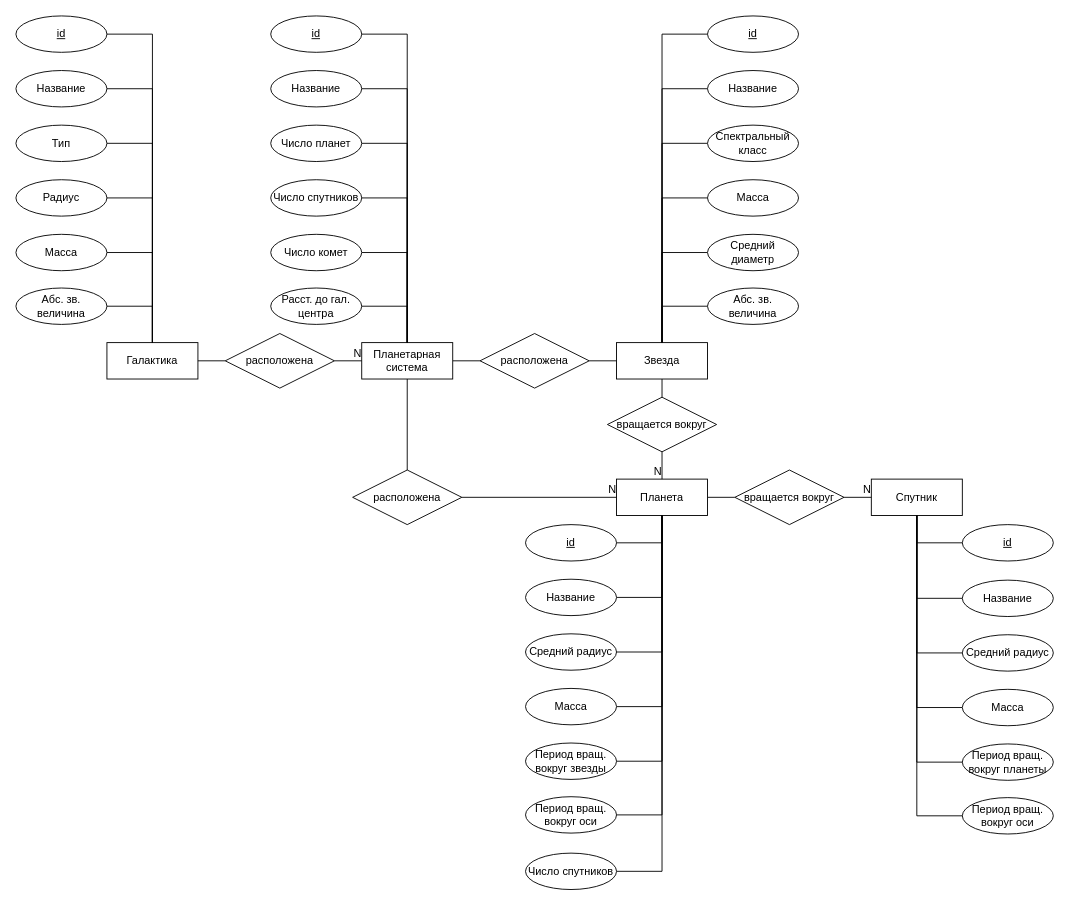
This is lab_01/data/diagram.drawio from agarmirus/bmstu_db_2022, a draw.io file, before an edit. Source tidied: cells renumbered, new cells numbered last; positions are measured from the earlier drawing's top-left corner, leaving out a move shared by most shapes. Both pictures are drawn from the tidied source at 91%, with x=0, y=0 at pixel (15, 15).
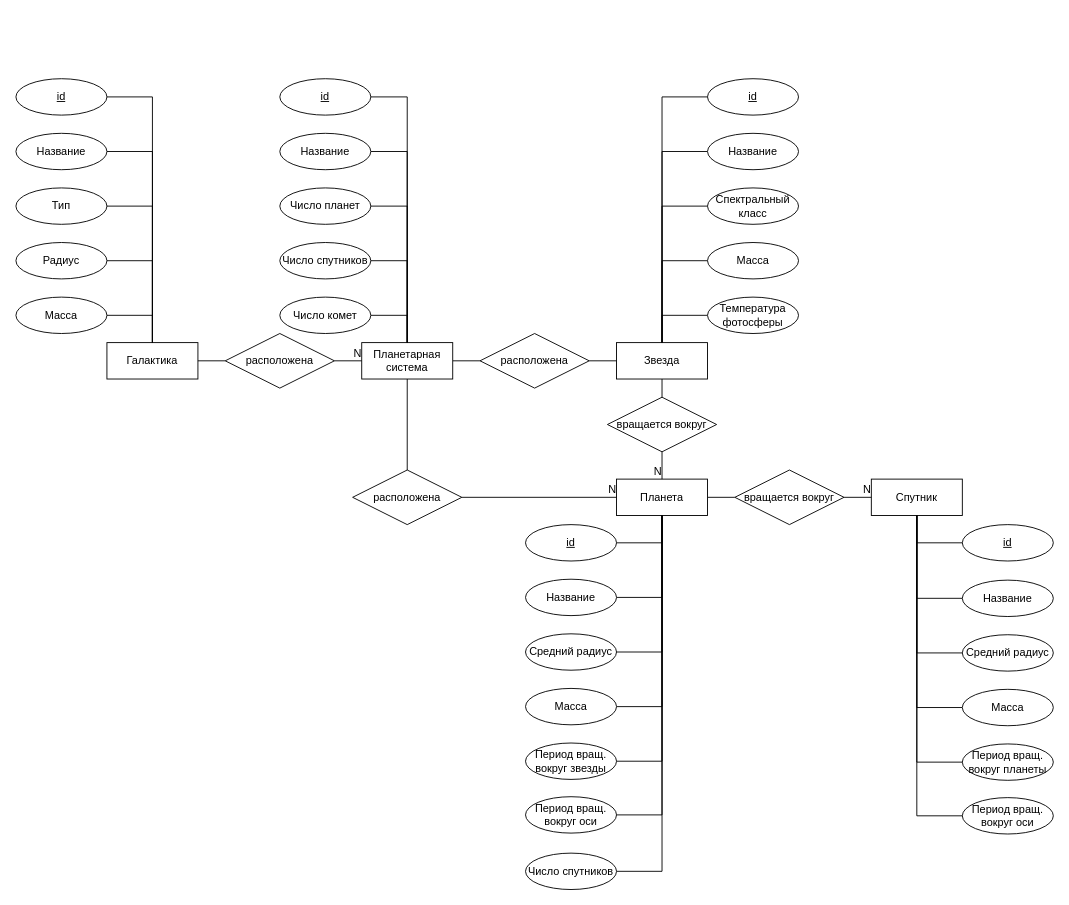
The same page after the edit.

Unchanged cells that the change refers to:
```xml
<mxCell id="3" value="Галактика" style="whiteSpace=wrap;html=1;align=center;" parent="1" vertex="1">
  <mxGeometry x="100" y="359" width="100" height="40" as="geometry" />
</mxCell>
<mxCell id="6" value="Планетарная система" style="whiteSpace=wrap;html=1;align=center;" parent="1" vertex="1">
  <mxGeometry x="380" y="359" width="100" height="40" as="geometry" />
</mxCell>
<mxCell id="8" value="Звезда" style="whiteSpace=wrap;html=1;align=center;" parent="1" vertex="1">
  <mxGeometry x="660" y="359" width="100" height="40" as="geometry" />
</mxCell>
```

The edit, as a diff of the source:
```diff
@@
-    <mxCell id="2" style="edgeStyle=orthogonalEdgeStyle;rounded=0;jettySize=auto;html=1;exitX=0.5;exitY=0;exitDx=0;exitDy=0;entryX=1;entryY=0.5;entryDx=0;entryDy=0;endArrow=none;endFill=0;" parent="1" edge="1" source="3" target="32">
-      <mxGeometry relative="1" as="geometry" />
-    </mxCell>
@@
     <mxCell id="25" value="id" style="ellipse;whiteSpace=wrap;html=1;align=center;fontStyle=4;" parent="1" vertex="1">
-      <mxGeometry width="100" height="40" as="geometry" />
+      <mxGeometry y="69" width="100" height="40" as="geometry" />
     </mxCell>
@@
     <mxCell id="27" value="Тип" style="ellipse;whiteSpace=wrap;html=1;align=center;" parent="1" vertex="1">
-      <mxGeometry y="120" width="100" height="40" as="geometry" />
+      <mxGeometry y="189" width="100" height="40" as="geometry" />
     </mxCell>
@@
     <mxCell id="29" value="Масса" style="ellipse;whiteSpace=wrap;html=1;align=center;" parent="1" vertex="1">
-      <mxGeometry y="240" width="100" height="40" as="geometry" />
+      <mxGeometry y="309" width="100" height="40" as="geometry" />
     </mxCell>
@@
     <mxCell id="31" value="Радиус" style="ellipse;whiteSpace=wrap;html=1;align=center;" parent="1" vertex="1">
-      <mxGeometry y="180" width="100" height="40" as="geometry" />
+      <mxGeometry y="249" width="100" height="40" as="geometry" />
     </mxCell>
-    <mxCell id="32" value="Абс. зв. величина" style="ellipse;whiteSpace=wrap;html=1;align=center;" parent="1" vertex="1">
-      <mxGeometry y="299" width="100" height="40" as="geometry" />
-    </mxCell>
@@
     <mxCell id="34" value="id" style="ellipse;whiteSpace=wrap;html=1;align=center;fontStyle=4;" parent="1" vertex="1">
-      <mxGeometry x="280" width="100" height="40" as="geometry" />
+      <mxGeometry x="290" y="69" width="100" height="40" as="geometry" />
     </mxCell>
@@
     <mxCell id="36" value="Число планет" style="ellipse;whiteSpace=wrap;html=1;align=center;" parent="1" vertex="1">
-      <mxGeometry x="280" y="120" width="100" height="40" as="geometry" />
+      <mxGeometry x="290" y="189" width="100" height="40" as="geometry" />
     </mxCell>
@@
     <mxCell id="38" value="Число комет" style="ellipse;whiteSpace=wrap;html=1;align=center;" parent="1" vertex="1">
-      <mxGeometry x="280" y="240" width="100" height="40" as="geometry" />
+      <mxGeometry x="290" y="309" width="100" height="40" as="geometry" />
     </mxCell>
@@
     <mxCell id="40" value="Число спутников" style="ellipse;whiteSpace=wrap;html=1;align=center;" parent="1" vertex="1">
-      <mxGeometry x="280" y="180" width="100" height="40" as="geometry" />
+      <mxGeometry x="290" y="249" width="100" height="40" as="geometry" />
     </mxCell>
-    <mxCell id="41" style="edgeStyle=orthogonalEdgeStyle;rounded=0;jettySize=auto;html=1;exitX=1;exitY=0.5;exitDx=0;exitDy=0;entryX=0.5;entryY=0;entryDx=0;entryDy=0;endArrow=none;endFill=0;" parent="1" edge="1" source="42" target="6">
-      <mxGeometry relative="1" as="geometry" />
-    </mxCell>
-    <mxCell id="42" value="Расст. до гал. центра" style="ellipse;whiteSpace=wrap;html=1;align=center;" parent="1" vertex="1">
-      <mxGeometry x="280" y="299" width="100" height="40" as="geometry" />
-    </mxCell>
@@
     <mxCell id="47" value="id" style="ellipse;whiteSpace=wrap;html=1;align=center;fontStyle=4;" parent="1" vertex="1">
-      <mxGeometry x="760" width="100" height="40" as="geometry" />
+      <mxGeometry x="760" y="69" width="100" height="40" as="geometry" />
     </mxCell>
@@
     <mxCell id="49" value="Спектральный класс" style="ellipse;whiteSpace=wrap;html=1;align=center;" parent="1" vertex="1">
-      <mxGeometry x="760" y="120" width="100" height="40" as="geometry" />
+      <mxGeometry x="760" y="189" width="100" height="40" as="geometry" />
     </mxCell>
@@
     <mxCell id="51" value="Масса" style="ellipse;whiteSpace=wrap;html=1;align=center;" parent="1" vertex="1">
-      <mxGeometry x="760" y="180" width="100" height="40" as="geometry" />
+      <mxGeometry x="760" y="249" width="100" height="40" as="geometry" />
     </mxCell>
@@
-    <mxCell id="53" value="Средний диаметр" style="ellipse;whiteSpace=wrap;html=1;align=center;" parent="1" vertex="1">
-      <mxGeometry x="760" y="240" width="100" height="40" as="geometry" />
+    <mxCell id="53" value="Температура фотосферы" style="ellipse;whiteSpace=wrap;html=1;align=center;" parent="1" vertex="1">
+      <mxGeometry x="760" y="309" width="100" height="40" as="geometry" />
     </mxCell>
-    <mxCell id="54" style="edgeStyle=orthogonalEdgeStyle;rounded=0;jettySize=auto;html=1;exitX=0;exitY=0.5;exitDx=0;exitDy=0;entryX=0.5;entryY=0;entryDx=0;entryDy=0;endArrow=none;endFill=0;" parent="1" edge="1" source="55" target="8">
-      <mxGeometry relative="1" as="geometry" />
-    </mxCell>
-    <mxCell id="55" value="Абс. зв. величина" style="ellipse;whiteSpace=wrap;html=1;align=center;" parent="1" vertex="1">
-      <mxGeometry x="760" y="299" width="100" height="40" as="geometry" />
-    </mxCell>
@@
     <mxCell id="75" value="Название" style="ellipse;whiteSpace=wrap;html=1;align=center;" parent="1" vertex="1">
-      <mxGeometry y="60" width="100" height="40" as="geometry" />
+      <mxGeometry y="129" width="100" height="40" as="geometry" />
     </mxCell>
@@
     <mxCell id="77" value="Название" style="ellipse;whiteSpace=wrap;html=1;align=center;" parent="1" vertex="1">
-      <mxGeometry x="280" y="60" width="100" height="40" as="geometry" />
+      <mxGeometry x="290" y="129" width="100" height="40" as="geometry" />
     </mxCell>
@@
     <mxCell id="83" value="Название" style="ellipse;whiteSpace=wrap;html=1;align=center;" parent="1" vertex="1">
-      <mxGeometry x="760" y="60" width="100" height="40" as="geometry" />
+      <mxGeometry x="760" y="129" width="100" height="40" as="geometry" />
     </mxCell>
```
